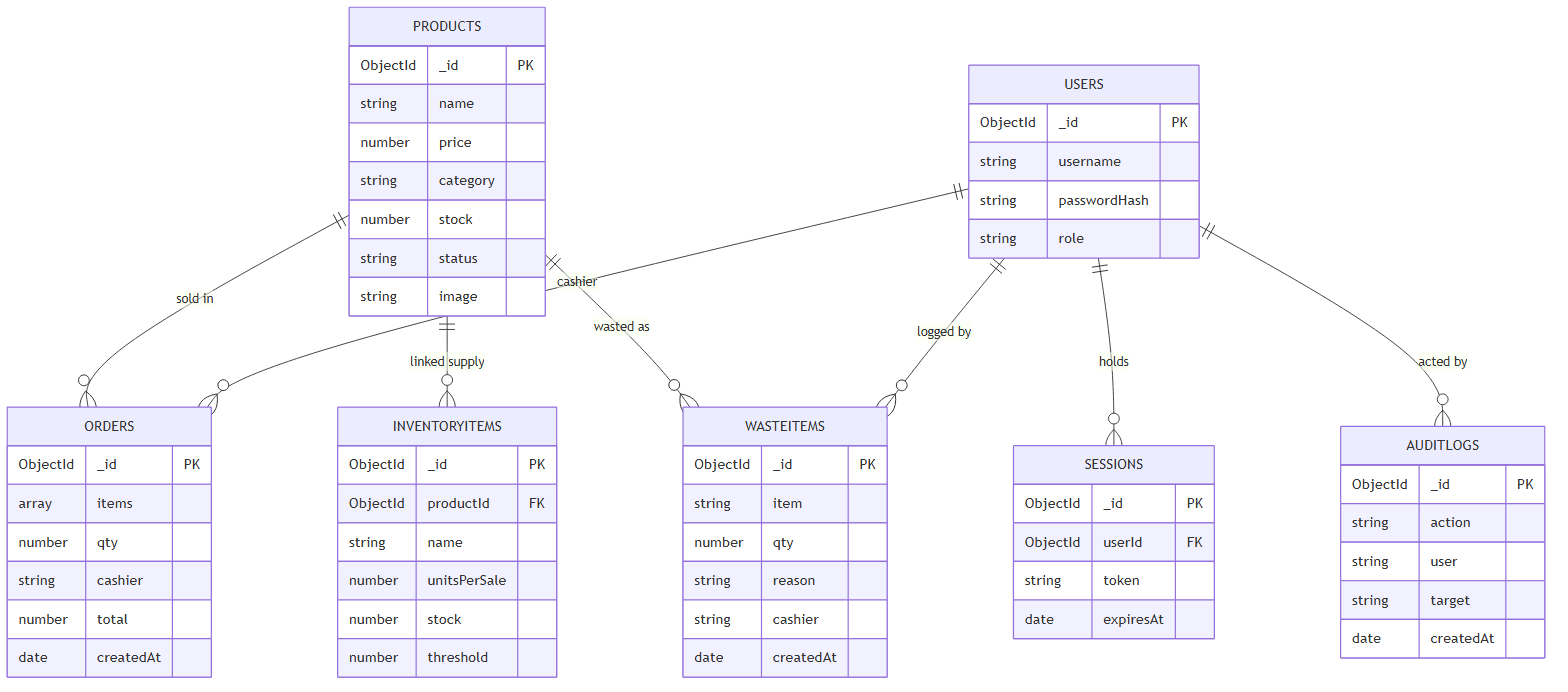
Earlier version of the Mermaid export docs/workflow/4-database-schema.png (gypsy074/POS-SYSTEM-SEASON3). Its source is kept beside it as docs/workflow/4-database-schema.mmd.
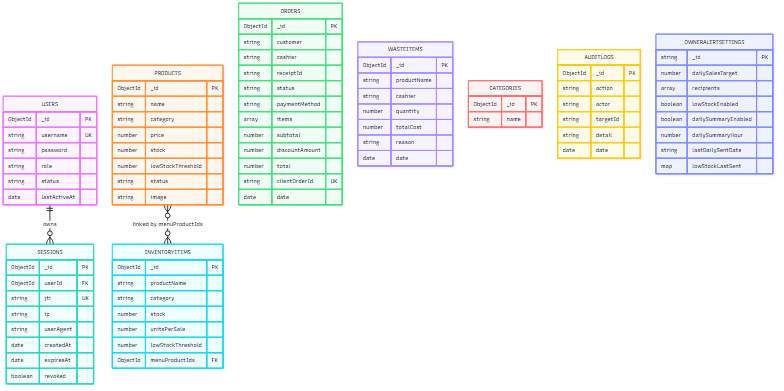
After the commit.

Change to the diagram source:
```diff
@@ -1,61 +1,94 @@
 erDiagram
-    PRODUCTS ||--o{ ORDERS : "sold in"
-    PRODUCTS ||--o{ INVENTORYITEMS : "linked supply"
-    PRODUCTS ||--o{ WASTEITEMS : "wasted as"
-    USERS ||--o{ ORDERS : "cashier"
-    USERS ||--o{ WASTEITEMS : "logged by"
-    USERS ||--o{ SESSIONS : "holds"
-    USERS ||--o{ AUDITLOGS : "acted by"
+    USERS ||--o{ SESSIONS : "owns"
+    PRODUCTS }o--o{ INVENTORYITEMS : "linked by menuProductIds"
+
+    USERS {
+        ObjectId _id PK
+        string username UK
+        string password
+        string role
+        string status
+        date lastActiveAt
+    }
+
+    SESSIONS {
+        ObjectId _id PK
+        ObjectId userId FK
+        string jti UK
+        string ip
+        string userAgent
+        date createdAt
+        date expiresAt
+        boolean revoked
+    }
 
     PRODUCTS {
         ObjectId _id PK
         string name
+        string category
         number price
-        string category
         number stock
+        number lowStockThreshold
         string status
         string image
     }
+
     INVENTORYITEMS {
         ObjectId _id PK
-        ObjectId productId FK
-        string name
+        string productName
+        string category
+        number stock
         number unitsPerSale
-        number stock
-        number threshold
+        number lowStockThreshold
+        ObjectId menuProductIds FK
     }
+
     ORDERS {
         ObjectId _id PK
+        string customer
+        string cashier
+        string receiptId
+        string status
+        string paymentMethod
         array items
-        number qty
-        string cashier
+        number subtotal
+        number discountAmount
         number total
-        date createdAt
+        string clientOrderId UK
+        date date
     }
+
     WASTEITEMS {
         ObjectId _id PK
-        string item
-        number qty
+        string productName
+        string cashier
+        number quantity
+        number totalCost
         string reason
-        string cashier
-        date createdAt
+        date date
     }
-    USERS {
+
+    CATEGORIES {
         ObjectId _id PK
-        string username
-        string passwordHash
-        string role
+        string name
     }
-    SESSIONS {
-        ObjectId _id PK
-        ObjectId userId FK
-        string token
-        date expiresAt
-    }
+
     AUDITLOGS {
         ObjectId _id PK
         string action
-        string user
-        string target
-        date createdAt
+        string actor
+        string targetId
+        string detail
+        date date
     }
+
+    OWNERALERTSETTINGS {
+        string _id PK
+        number dailySalesTarget
+        array recipients
+        boolean lowStockEnabled
+        boolean dailySummaryEnabled
+        number dailySummaryHour
+        string lastDailySentDate
+        map lowStockLastSent
+    }
```
